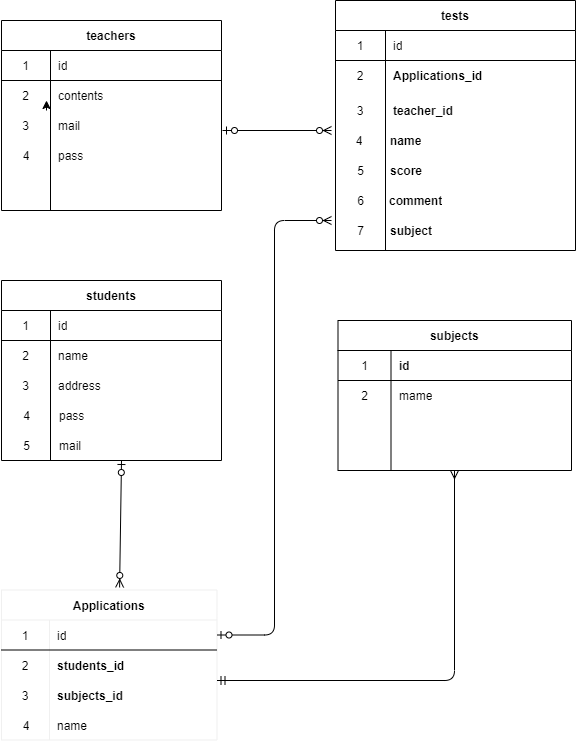
The draw.io diagram index.drawio.png in konomi0527/20210724kato, before a commit. Source tidied: cells renumbered, new cells last; positions are measured from the earlier drawing's top-left corner, leaving out a move shared by most shapes.
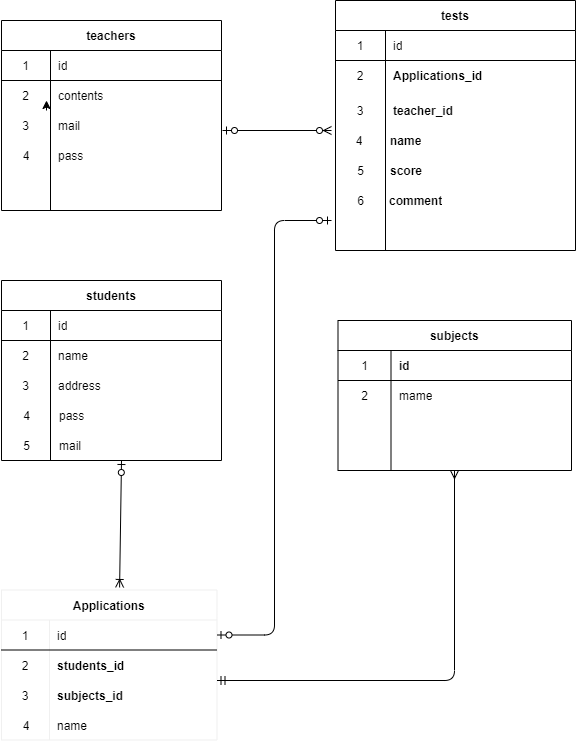
Later version of the same file.

Commit message:
修正内容が分かるコミットメッセージ

The edit, as a diff of the source:
```diff
@@ -149,9 +149,6 @@
     <mxCell id="49" value="6" style="shape=partialRectangle;html=1;whiteSpace=wrap;fillColor=none;top=0;left=0;bottom=0;right=0;overflow=hidden;" parent="1" vertex="1">
       <mxGeometry x="332.5" y="185" width="53" height="30" as="geometry" />
     </mxCell>
-    <mxCell id="50" value="7" style="shape=partialRectangle;html=1;whiteSpace=wrap;fillColor=none;top=0;left=0;bottom=0;right=0;overflow=hidden;" parent="1" vertex="1">
-      <mxGeometry x="332.5" y="215" width="53" height="30" as="geometry" />
-    </mxCell>
     <mxCell id="51" value="&lt;div style=&quot;text-align: center&quot;&gt;&lt;b&gt;comment&lt;/b&gt;&lt;/div&gt;" style="shape=partialRectangle;html=1;whiteSpace=wrap;fillColor=none;top=0;left=0;bottom=0;right=0;align=left;spacingLeft=6;overflow=hidden;" parent="1" vertex="1">
       <mxGeometry x="380" y="185" width="191" height="30" as="geometry" />
     </mxCell>
@@ -200,7 +197,7 @@
     <mxCell id="66" value="name" style="shape=partialRectangle;html=1;whiteSpace=wrap;fillColor=none;top=0;left=0;bottom=0;right=0;align=left;spacingLeft=6;overflow=hidden;" parent="1" vertex="1">
       <mxGeometry x="47.5" y="709.5" width="168" height="30" as="geometry" />
     </mxCell>
-    <mxCell id="67" style="endArrow=ERzeroToOne;html=1;exitX=0.548;exitY=-0.017;exitDx=0;exitDy=0;exitPerimeter=0;startArrow=ERzeroToMany;startFill=1;endFill=1;" parent="1" edge="1" source="52">
+    <mxCell id="67" style="endArrow=ERzeroToOne;html=1;exitX=0.548;exitY=-0.017;exitDx=0;exitDy=0;exitPerimeter=0;startArrow=ERoneToMany;startFill=0;endFill=1;" parent="1" edge="1" source="52">
       <mxGeometry relative="1" as="geometry">
         <mxPoint x="120" y="460" as="targetPoint" />
       </mxGeometry>
@@ -217,7 +214,7 @@
         <mxPoint x="453" y="470" as="targetPoint" />
       </mxGeometry>
     </mxCell>
-    <mxCell id="70" style="edgeStyle=elbowEdgeStyle;elbow=horizontal;endArrow=ERzeroToMany;html=1;exitX=1;exitY=0.5;exitDx=0;exitDy=0;endFill=1;startArrow=ERzeroToOne;startFill=1;" parent="1" edge="1" source="53">
+    <mxCell id="70" style="edgeStyle=elbowEdgeStyle;elbow=horizontal;endArrow=ERzeroToOne;html=1;exitX=1;exitY=0.5;exitDx=0;exitDy=0;endFill=1;startArrow=ERzeroToOne;startFill=1;" parent="1" edge="1" source="53">
       <mxGeometry relative="1" as="geometry">
         <mxPoint x="330" y="220" as="targetPoint" />
       </mxGeometry>
@@ -225,9 +222,6 @@
     <mxCell id="71" value="4" style="shape=partialRectangle;html=1;whiteSpace=wrap;fillColor=none;top=0;left=0;bottom=0;right=0;overflow=hidden;" parent="1" vertex="1">
       <mxGeometry x="0.5" y="709.5" width="48" height="30" as="geometry" />
     </mxCell>
-    <mxCell id="72" value="&lt;span style=&quot;font-weight: 700 ; text-align: center&quot;&gt;subject&lt;/span&gt;" style="shape=partialRectangle;html=1;whiteSpace=wrap;fillColor=none;top=0;left=0;bottom=0;right=0;align=left;spacingLeft=6;overflow=hidden;" parent="1" vertex="1">
-      <mxGeometry x="380.5" y="210" width="190" height="40" as="geometry" />
-    </mxCell>
     <mxCell id="73" value="&lt;span style=&quot;font-weight: 700 ; text-align: center&quot;&gt;subjects_id&lt;/span&gt;" style="shape=partialRectangle;html=1;whiteSpace=wrap;fillColor=none;top=0;left=0;bottom=0;right=0;align=left;spacingLeft=6;overflow=hidden;" parent="1" vertex="1">
       <mxGeometry x="47.5" y="679.5" width="168" height="30" as="geometry" />
     </mxCell>
```
